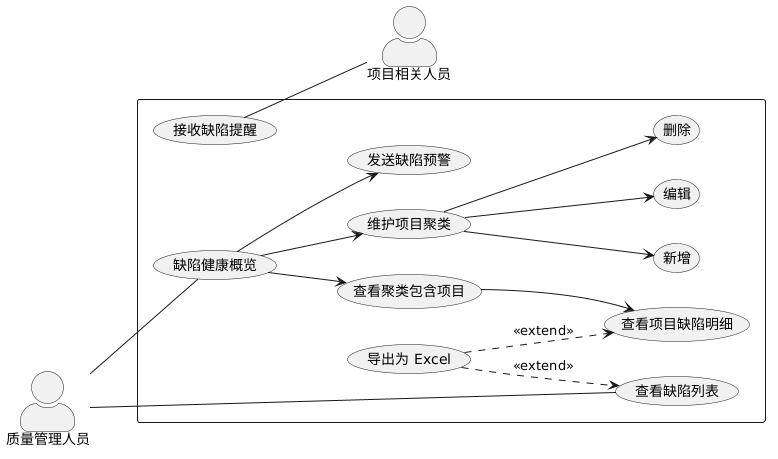
Above: imgs/usecase/缺陷管理用例图.png in Moon-Knight1/SEU-Graduation-Thesis-Template (PlantUML), before the change. Source of this version:
```plantuml
@startuml
left to right direction
skinparam packageStyle rectangle
skinparam actorStyle awesome

actor "质量管理人员" as PMO
actor "项目相关人员" as User

package {

    usecase "查看缺陷列表" as ViewBugList
    usecase "导出为 Excel" as ExportExcel

    usecase "缺陷健康概览" as ProjectCluster
    usecase "维护项目聚类" as MaintainProjectCluster
    usecase "新增" as AddProjectCluster
    usecase "编辑" as EditProjectCluster
    usecase "删除" as BatchDeleteProjectCluster
    usecase "查看聚类包含项目" as ProjectClusterProjectDetail
    usecase "查看项目缺陷明细" as ProjectClusterBugDetail
    usecase "发送缺陷预警" as ProjectClusterFeishu
    usecase "接收缺陷提醒" as ReceiveFeishu
}


PMO -- ProjectCluster
PMO -- ViewBugList
ReceiveFeishu -- User

ExportExcel ..> ViewBugList : <<extend>>
ExportExcel ..> ProjectClusterBugDetail : <<extend>>

ProjectCluster --> MaintainProjectCluster
MaintainProjectCluster --> AddProjectCluster
MaintainProjectCluster --> EditProjectCluster
MaintainProjectCluster --> BatchDeleteProjectCluster
ProjectCluster --> ProjectClusterProjectDetail
ProjectClusterProjectDetail --> ProjectClusterBugDetail
ProjectCluster --> ProjectClusterFeishu
@enduml
```
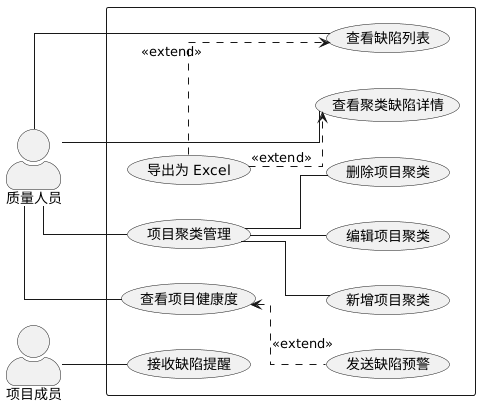
The same file after the commit.

The edit, as a diff of the source:
```diff
@@ -2,39 +2,36 @@
 left to right direction
 skinparam packageStyle rectangle
 skinparam actorStyle awesome
+skinparam linetype ortho
 
-actor "质量管理人员" as PMO
-actor "项目相关人员" as User
+actor "质量人员" as PMO
+actor "项目成员" as User
 
-package {
+rectangle {
+    usecase "查看缺陷列表" as ViewBugList
+    usecase "查看项目健康度" as ProjectCluster
+    usecase "项目聚类管理" as MaintainProjectCluster
+    usecase "接收缺陷提醒" as ReceiveFeishu
 
-    usecase "查看缺陷列表" as ViewBugList
     usecase "导出为 Excel" as ExportExcel
-
-    usecase "缺陷健康概览" as ProjectCluster
-    usecase "维护项目聚类" as MaintainProjectCluster
-    usecase "新增" as AddProjectCluster
-    usecase "编辑" as EditProjectCluster
-    usecase "删除" as BatchDeleteProjectCluster
-    usecase "查看聚类包含项目" as ProjectClusterProjectDetail
-    usecase "查看项目缺陷明细" as ProjectClusterBugDetail
+    usecase "查看聚类缺陷详情" as ProjectClusterBugDetail
     usecase "发送缺陷预警" as ProjectClusterFeishu
-    usecase "接收缺陷提醒" as ReceiveFeishu
+    usecase "新增项目聚类" as AddProjectCluster
+    usecase "编辑项目聚类" as EditProjectCluster
+    usecase "删除项目聚类" as BatchDeleteProjectCluster
 }
 
+PMO -- ViewBugList
+PMO -- ProjectCluster
+PMO -- MaintainProjectCluster
+PMO -- ProjectClusterBugDetail
+User -- ReceiveFeishu
 
-PMO -- ProjectCluster
-PMO -- ViewBugList
-ReceiveFeishu -- User
+ProjectCluster <.. ProjectClusterFeishu : <<extend>>
+MaintainProjectCluster -- AddProjectCluster
+MaintainProjectCluster -- EditProjectCluster
+MaintainProjectCluster -- BatchDeleteProjectCluster
 
 ExportExcel ..> ViewBugList : <<extend>>
 ExportExcel ..> ProjectClusterBugDetail : <<extend>>
-
-ProjectCluster --> MaintainProjectCluster
-MaintainProjectCluster --> AddProjectCluster
-MaintainProjectCluster --> EditProjectCluster
-MaintainProjectCluster --> BatchDeleteProjectCluster
-ProjectCluster --> ProjectClusterProjectDetail
-ProjectClusterProjectDetail --> ProjectClusterBugDetail
-ProjectCluster --> ProjectClusterFeishu
 @enduml
```
